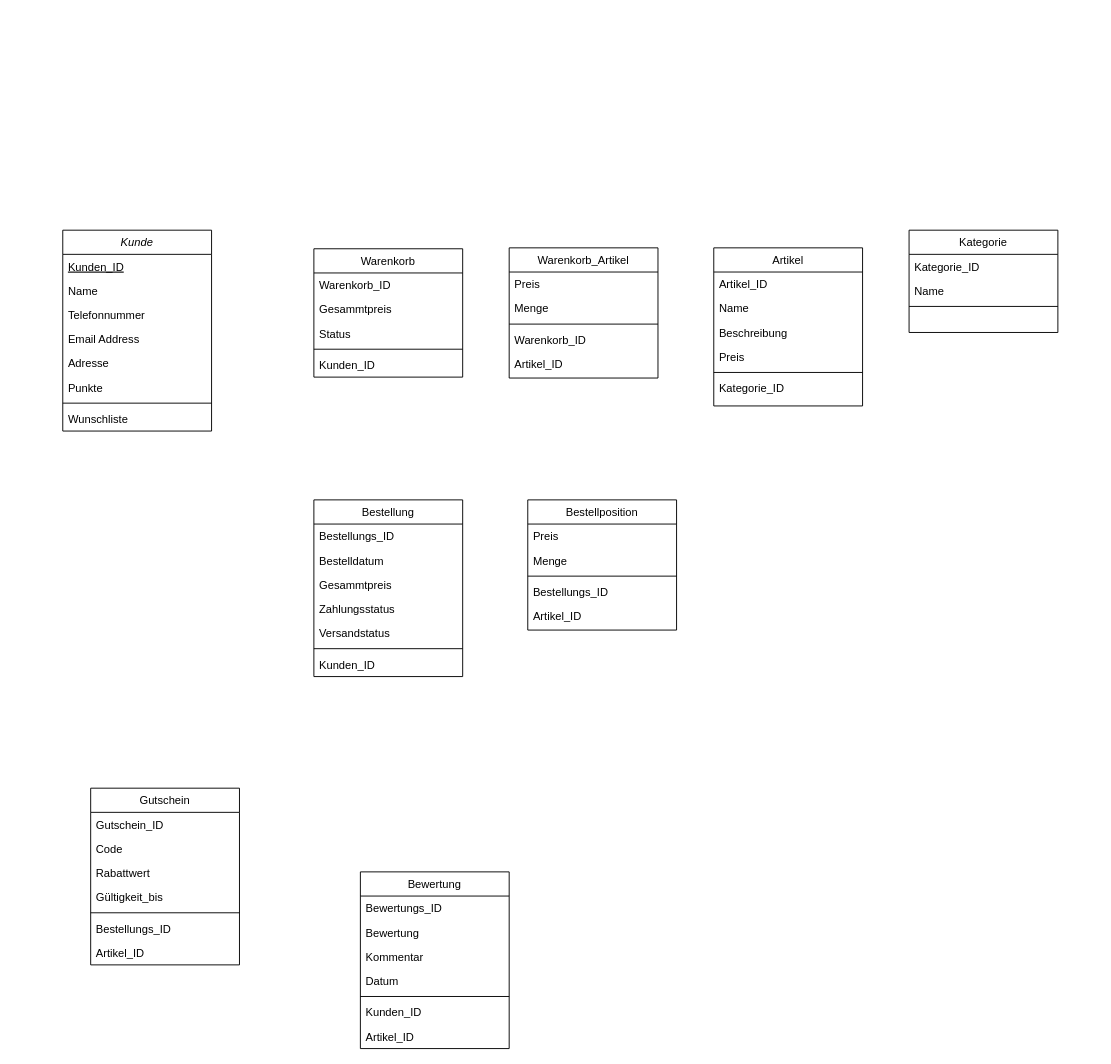
Earlier version of the draw.io diagram CoffeeStar-Planung/UML-K.drawio (TVil23/CoffeeStar). Source tidied: cells renumbered, new cells numbered last; positions are measured from the earlier drawing's top-left corner, leaving out a move shared by most shapes. Both pictures are drawn from the tidied source at 93%, with x=0, y=0 at pixel (62, 230).
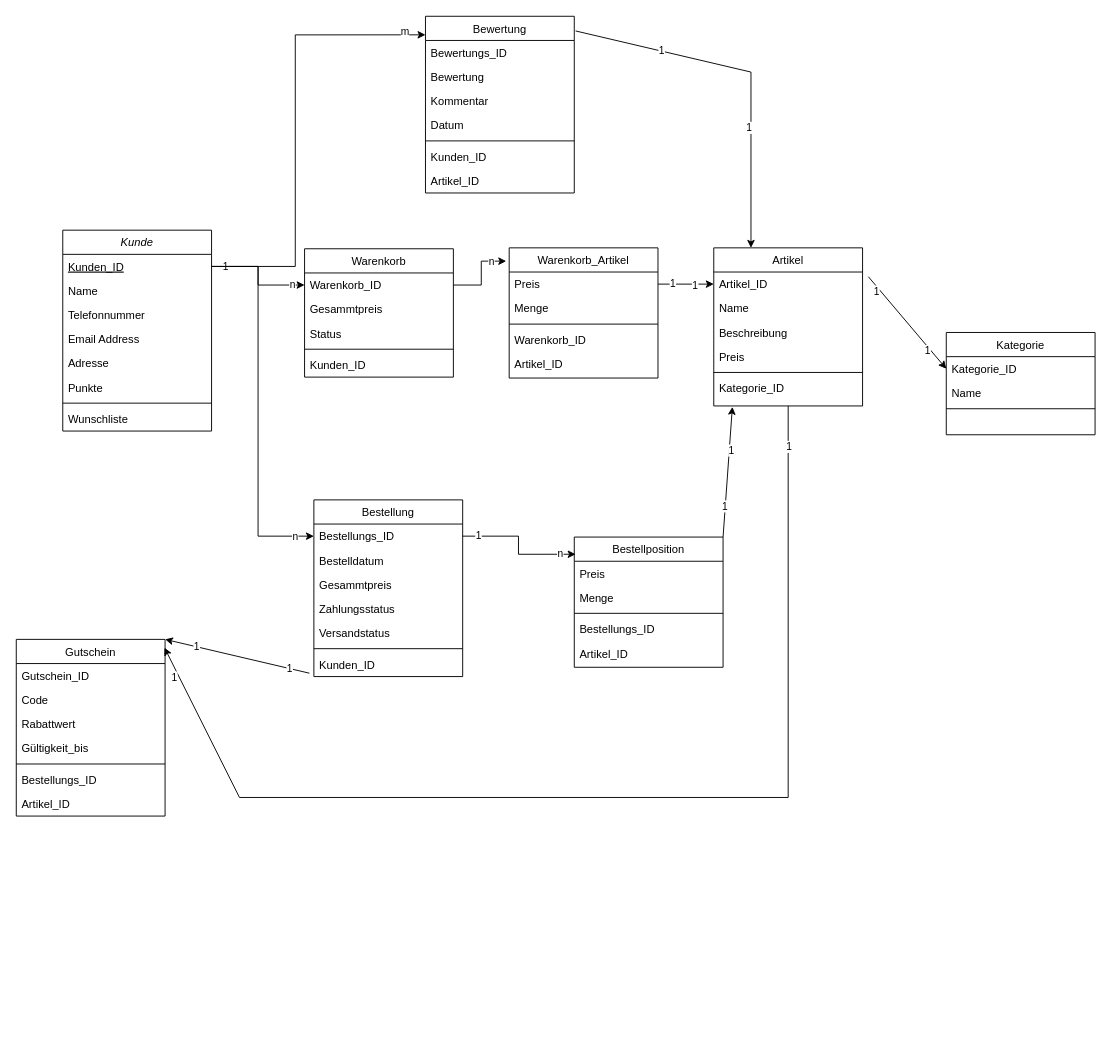
The same diagram, later.

Unchanged cells that the change refers to:
```xml
<mxCell id="3" value="Kunden_ID" style="text;align=left;verticalAlign=top;spacingLeft=4;spacingRight=4;overflow=hidden;points=[[0,0.5],[1,0.5]];portConstraint=eastwest;fontStyle=4;" parent="2" vertex="1">
  <mxGeometry y="26" width="160" height="26" as="geometry" />
</mxCell>
<mxCell id="11" value="Artikel" style="swimlane;fontStyle=0;align=center;verticalAlign=top;horizontal=1;startSize=26;rounded=0;shadow=0;strokeWidth=1;" parent="1" vertex="1">
  <mxGeometry x="700" y="19" width="160" height="170" as="geometry" />
</mxCell>
<mxCell id="12" value="Artikel_ID" style="text;align=left;verticalAlign=top;spacingLeft=4;spacingRight=4;overflow=hidden;points=[[0,0.5],[1,0.5]];portConstraint=eastwest;" parent="11" vertex="1">
  <mxGeometry y="26" width="160" height="26" as="geometry" />
</mxCell>
<mxCell id="17" value="Kategorie_ID" style="text;align=left;verticalAlign=top;spacingLeft=4;spacingRight=4;overflow=hidden;points=[[0,0.5],[1,0.5]];portConstraint=eastwest;rounded=0;shadow=0;html=0;" parent="11" vertex="1">
  <mxGeometry y="138" width="160" height="26" as="geometry" />
</mxCell>
<mxCell id="19" value="Warenkorb_ID" style="text;align=left;verticalAlign=top;spacingLeft=4;spacingRight=4;overflow=hidden;points=[[0,0.5],[1,0.5]];portConstraint=eastwest;" parent="18" vertex="1">
  <mxGeometry y="26" width="160" height="26" as="geometry" />
</mxCell>
<mxCell id="24" value="Warenkorb_Artikel" style="swimlane;fontStyle=0;align=center;verticalAlign=top;horizontal=1;startSize=26;rounded=0;shadow=0;strokeWidth=1;" parent="1" vertex="1">
  <mxGeometry x="480" y="19" width="160" height="140" as="geometry" />
</mxCell>
<mxCell id="25" value="Preis" style="text;align=left;verticalAlign=top;spacingLeft=4;spacingRight=4;overflow=hidden;points=[[0,0.5],[1,0.5]];portConstraint=eastwest;" parent="24" vertex="1">
  <mxGeometry y="26" width="160" height="26" as="geometry" />
</mxCell>
<mxCell id="31" value="Kategorie_ID" style="text;align=left;verticalAlign=top;spacingLeft=4;spacingRight=4;overflow=hidden;points=[[0,0.5],[1,0.5]];portConstraint=eastwest;rounded=0;shadow=0;html=0;" parent="30" vertex="1">
  <mxGeometry y="26" width="160" height="26" as="geometry" />
</mxCell>
<mxCell id="35" value="Bestellungs_ID" style="text;align=left;verticalAlign=top;spacingLeft=4;spacingRight=4;overflow=hidden;points=[[0,0.5],[1,0.5]];portConstraint=eastwest;" parent="34" vertex="1">
  <mxGeometry y="26" width="160" height="26" as="geometry" />
</mxCell>
<mxCell id="41" value="Kunden_ID" style="text;align=left;verticalAlign=top;spacingLeft=4;spacingRight=4;overflow=hidden;points=[[0,0.5],[1,0.5]];portConstraint=eastwest;rounded=0;shadow=0;html=0;" parent="34" vertex="1">
  <mxGeometry y="164" width="160" height="26" as="geometry" />
</mxCell>
```

The edit, as a diff of the source:
```diff
@@
     <mxCell id="18" value="Warenkorb" style="swimlane;fontStyle=0;align=center;verticalAlign=top;horizontal=1;startSize=26;rounded=0;shadow=0;strokeWidth=1;" parent="1" vertex="1">
-      <mxGeometry x="270" y="20" width="160" height="138" as="geometry" />
+      <mxGeometry x="260" y="20" width="160" height="138" as="geometry" />
     </mxCell>
@@
     <mxCell id="30" value="Kategorie" style="swimlane;fontStyle=0;align=center;verticalAlign=top;horizontal=1;startSize=26;rounded=0;shadow=0;strokeWidth=1;" parent="1" vertex="1">
-      <mxGeometry x="910" width="160" height="110" as="geometry" />
+      <mxGeometry x="950" y="110" width="160" height="110" as="geometry" />
     </mxCell>
@@
     <mxCell id="42" value="Bestellposition" style="swimlane;fontStyle=0;align=center;verticalAlign=top;horizontal=1;startSize=26;rounded=0;shadow=0;strokeWidth=1;" parent="1" vertex="1">
-      <mxGeometry x="500" y="290" width="160" height="140" as="geometry" />
+      <mxGeometry x="550" y="330" width="160" height="140" as="geometry" />
     </mxCell>
@@
     <mxCell id="48" value="Bewertung" style="swimlane;fontStyle=0;align=center;verticalAlign=top;horizontal=1;startSize=26;rounded=0;shadow=0;strokeWidth=1;" parent="1" vertex="1">
-      <mxGeometry x="320" y="690" width="160" height="190" as="geometry" />
+      <mxGeometry x="390" y="-230" width="160" height="190" as="geometry" />
     </mxCell>
@@
     <mxCell id="56" value="Gutschein" style="swimlane;fontStyle=0;align=center;verticalAlign=top;horizontal=1;startSize=26;rounded=0;shadow=0;strokeWidth=1;" parent="1" vertex="1">
-      <mxGeometry x="30" y="600" width="160" height="190" as="geometry" />
+      <mxGeometry x="-50" y="440" width="160" height="190" as="geometry" />
     </mxCell>
@@
+    <mxCell id="64" style="edgeStyle=orthogonalEdgeStyle;rounded=0;jettySize=auto;html=1;exitX=1;exitY=0.5;exitDx=0;exitDy=0;entryX=0;entryY=0.5;entryDx=0;entryDy=0;" parent="1" edge="1" source="3" target="19">
+      <mxGeometry relative="1" as="geometry">
+        <Array as="points">
+          <mxPoint x="210" y="39" />
+          <mxPoint x="210" y="59" />
+        </Array>
+      </mxGeometry>
+    </mxCell>
+    <mxCell id="65" value="1" style="edgeLabel;html=1;align=center;verticalAlign=middle;" parent="64" vertex="1">
+      <mxGeometry x="-0.77" y="1" relative="1" as="geometry" />
+    </mxCell>
+    <mxCell id="66" value="n" style="edgeLabel;html=1;align=center;verticalAlign=middle;" parent="64" vertex="1">
+      <mxGeometry x="0.76" y="1" relative="1" as="geometry" />
+    </mxCell>
+    <mxCell id="67" style="edgeStyle=orthogonalEdgeStyle;rounded=0;jettySize=auto;html=1;exitX=1;exitY=0.5;exitDx=0;exitDy=0;entryX=0;entryY=0.5;entryDx=0;entryDy=0;" parent="1" edge="1" source="3" target="35">
+      <mxGeometry relative="1" as="geometry">
+        <Array as="points">
+          <mxPoint x="210" y="39" />
+          <mxPoint x="210" y="329" />
+        </Array>
+      </mxGeometry>
+    </mxCell>
+    <mxCell id="68" value="n" style="edgeLabel;html=1;align=center;verticalAlign=middle;" parent="67" vertex="1">
+      <mxGeometry x="0.76" y="1" relative="1" as="geometry">
+        <mxPoint x="27" y="1" as="offset" />
+      </mxGeometry>
+    </mxCell>
+    <mxCell id="69" style="edgeStyle=orthogonalEdgeStyle;rounded=0;jettySize=auto;html=1;exitX=1;exitY=0.5;exitDx=0;exitDy=0;entryX=-0.02;entryY=0.102;entryDx=0;entryDy=0;entryPerimeter=0;" parent="1" edge="1" source="19" target="24">
+      <mxGeometry relative="1" as="geometry" />
+    </mxCell>
+    <mxCell id="70" value="n" style="edgeLabel;html=1;align=center;verticalAlign=middle;" parent="69" vertex="1">
+      <mxGeometry x="0.76" y="1" relative="1" as="geometry">
+        <mxPoint x="-7" y="1" as="offset" />
+      </mxGeometry>
+    </mxCell>
+    <mxCell id="71" value="1" style="endArrow=classic;html=1;rounded=0;entryX=0;entryY=0.5;entryDx=0;entryDy=0;exitX=1;exitY=0.5;exitDx=0;exitDy=0;" parent="1" edge="1" source="25" target="12">
+      <mxGeometry x="0.33" y="-2" relative="1" as="geometry" />
+    </mxCell>
+    <mxCell id="72" value="1" style="edgeLabel;html=1;align=center;verticalAlign=middle;" parent="71" vertex="1">
+      <mxGeometry x="-0.51" y="1" relative="1" as="geometry" />
+    </mxCell>
+    <mxCell id="73" value="1" style="endArrow=classic;html=1;rounded=0;entryX=0;entryY=0.5;entryDx=0;entryDy=0;exitX=1.039;exitY=0.194;exitDx=0;exitDy=0;exitPerimeter=0;" parent="1" edge="1" source="12" target="31">
+      <mxGeometry x="0.58" y="-3" relative="1" as="geometry" />
+    </mxCell>
+    <mxCell id="74" value="1" style="edgeLabel;html=1;align=center;verticalAlign=middle;" parent="73" vertex="1">
+      <mxGeometry x="-0.51" y="1" relative="1" as="geometry">
+        <mxPoint x="-13" y="-8" as="offset" />
+      </mxGeometry>
+    </mxCell>
+    <mxCell id="75" style="edgeStyle=orthogonalEdgeStyle;rounded=0;jettySize=auto;html=1;exitX=1;exitY=0.5;exitDx=0;exitDy=0;entryX=0.009;entryY=0.132;entryDx=0;entryDy=0;entryPerimeter=0;" parent="1" edge="1" source="35" target="42">
+      <mxGeometry relative="1" as="geometry" />
+    </mxCell>
+    <mxCell id="76" value="1" style="edgeLabel;html=1;align=center;verticalAlign=middle;" parent="75" vertex="1">
+      <mxGeometry x="-0.77" y="1" relative="1" as="geometry" />
+    </mxCell>
+    <mxCell id="77" value="n" style="edgeLabel;html=1;align=center;verticalAlign=middle;" parent="75" vertex="1">
+      <mxGeometry x="0.76" y="1" relative="1" as="geometry" />
+    </mxCell>
+    <mxCell id="78" value="1" style="endArrow=classic;html=1;rounded=0;entryX=0.125;entryY=1.269;entryDx=0;entryDy=0;exitX=1;exitY=0;exitDx=0;exitDy=0;entryPerimeter=0;" parent="1" edge="1" source="42" target="17">
+      <mxGeometry x="0.33" y="-2" relative="1" as="geometry" />
+    </mxCell>
+    <mxCell id="79" value="1" style="edgeLabel;html=1;align=center;verticalAlign=middle;" parent="78" vertex="1">
+      <mxGeometry x="-0.51" y="1" relative="1" as="geometry" />
+    </mxCell>
+    <mxCell id="80" style="endArrow=classic;html=1;rounded=0;exitX=-0.03;exitY=0.86;exitDx=0;exitDy=0;exitPerimeter=0;entryX=1;entryY=0;entryDx=0;entryDy=0;" parent="1" edge="1" source="41" target="56">
+      <mxGeometry relative="1" as="geometry" />
+    </mxCell>
+    <mxCell id="81" value="1" style="edgeLabel;html=1;align=center;verticalAlign=middle;" parent="80" vertex="1">
+      <mxGeometry x="-0.73" relative="1" as="geometry" />
+    </mxCell>
+    <mxCell id="82" value="1" style="edgeLabel;html=1;align=center;verticalAlign=middle;" parent="80" vertex="1">
+      <mxGeometry x="0.57" relative="1" as="geometry" />
+    </mxCell>
+    <mxCell id="83" style="endArrow=classic;html=1;rounded=0;exitX=0.5;exitY=1;exitDx=0;exitDy=0;entryX=0.996;entryY=0.047;entryDx=0;entryDy=0;entryPerimeter=0;" parent="1" edge="1" source="11" target="56">
+      <mxGeometry relative="1" as="geometry">
+        <Array as="points">
+          <mxPoint x="780" y="610" />
+          <mxPoint x="190" y="610" />
+        </Array>
+      </mxGeometry>
+    </mxCell>
+    <mxCell id="84" value="1" style="edgeLabel;html=1;align=center;verticalAlign=middle;" parent="83" vertex="1">
+      <mxGeometry x="-0.73" relative="1" as="geometry">
+        <mxPoint y="-118" as="offset" />
+      </mxGeometry>
+    </mxCell>
+    <mxCell id="85" value="1" style="edgeLabel;html=1;align=center;verticalAlign=middle;" parent="83" vertex="1">
+      <mxGeometry x="0.57" relative="1" as="geometry">
+        <mxPoint x="-147" y="-130" as="offset" />
+      </mxGeometry>
+    </mxCell>
+    <mxCell id="86" style="edgeStyle=orthogonalEdgeStyle;rounded=0;jettySize=auto;html=1;exitX=1;exitY=0.5;exitDx=0;exitDy=0;entryX=0;entryY=0.105;entryDx=0;entryDy=0;entryPerimeter=0;" parent="1" edge="1" source="3" target="48">
+      <mxGeometry relative="1" as="geometry">
+        <Array as="points">
+          <mxPoint x="250" y="39" />
+          <mxPoint x="250" y="-210" />
+        </Array>
+      </mxGeometry>
+    </mxCell>
+    <mxCell id="87" value="m" style="edgeLabel;html=1;align=center;verticalAlign=middle;" parent="86" vertex="1">
+      <mxGeometry x="0.91" y="3" relative="1" as="geometry" />
+    </mxCell>
+    <mxCell id="88" value="1" style="endArrow=classic;html=1;rounded=0;entryX=0.25;entryY=0;entryDx=0;entryDy=0;exitX=1.009;exitY=0.083;exitDx=0;exitDy=0;exitPerimeter=0;" parent="1" edge="1" source="48" target="11">
+      <mxGeometry x="0.33" y="-2" relative="1" as="geometry">
+        <Array as="points">
+          <mxPoint x="740" y="-170" />
+        </Array>
+      </mxGeometry>
+    </mxCell>
+    <mxCell id="89" value="1" style="edgeLabel;html=1;align=center;verticalAlign=middle;" parent="88" vertex="1">
+      <mxGeometry x="-0.51" y="1" relative="1" as="geometry" />
+    </mxCell>
```
